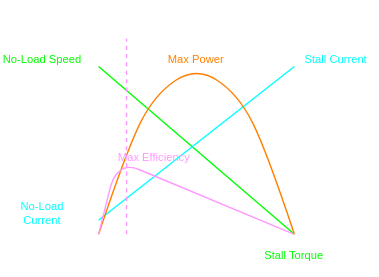
dennuguyen/robotics-handbook keeps this draw.io diagram as motors/performance-curve.drawio.svg. Above is the earlier version. Source tidied: cells renumbered, new cells last; positions are measured from the earlier drawing's top-left corner, leaving out a move shared by most shapes. Its diagram source:
```xml
<mxGraphModel>
  <root>
    <mxCell id="0" />
    <mxCell id="1" parent="0" />
    <mxCell id="2" style="endArrow=classic;html=1;strokeColor=#FFFFFF;" parent="1" edge="1">
      <mxGeometry relative="1" as="geometry">
        <mxPoint x="70" y="160" as="sourcePoint" />
        <mxPoint x="230" y="160" as="targetPoint" />
      </mxGeometry>
    </mxCell>
    <mxCell id="3" style="endArrow=classic;html=1;strokeColor=#FFFFFF;" parent="1" edge="1">
      <mxGeometry relative="1" as="geometry">
        <mxPoint x="70" y="160" as="sourcePoint" />
        <mxPoint x="70" as="targetPoint" />
      </mxGeometry>
    </mxCell>
    <mxCell id="4" style="endArrow=none;html=1;strokeColor=#00FF00;fontColor=#00FF00;" parent="1" edge="1">
      <mxGeometry relative="1" as="geometry">
        <mxPoint x="210" y="160" as="sourcePoint" />
        <mxPoint x="70" y="40" as="targetPoint" />
      </mxGeometry>
    </mxCell>
    <mxCell id="5" style="endArrow=none;html=1;strokeColor=#00FFFF;" parent="1" edge="1">
      <mxGeometry relative="1" as="geometry">
        <mxPoint x="210" y="40" as="sourcePoint" />
        <mxPoint x="70" y="150" as="targetPoint" />
      </mxGeometry>
    </mxCell>
    <mxCell id="6" style="endArrow=none;html=1;curved=1;strokeColor=#FF8000;" parent="1" edge="1">
      <mxGeometry relative="1" as="geometry">
        <mxPoint x="70" y="160" as="sourcePoint" />
        <mxPoint x="210" y="160" as="targetPoint" />
        <Array as="points">
          <mxPoint x="90" y="100" />
          <mxPoint x="110" y="60" />
          <mxPoint x="140" y="40" />
          <mxPoint x="170" y="60" />
          <mxPoint x="190" y="100" />
        </Array>
      </mxGeometry>
    </mxCell>
    <mxCell id="7" value="Max Power" style="text;html=1;strokeColor=none;fillColor=none;align=center;verticalAlign=middle;whiteSpace=wrap;rounded=0;fontSize=8;fontColor=#FF8000;" parent="1" vertex="1">
      <mxGeometry x="110" y="20" width="60" height="30" as="geometry" />
    </mxCell>
    <mxCell id="8" value="No-Load Speed" style="text;html=1;strokeColor=none;fillColor=none;align=center;verticalAlign=middle;whiteSpace=wrap;rounded=0;fontSize=8;fontColor=#00FF00;" parent="1" vertex="1">
      <mxGeometry y="20" width="60" height="30" as="geometry" />
    </mxCell>
    <mxCell id="9" value="No-Load Current" style="text;html=1;strokeColor=none;fillColor=none;align=center;verticalAlign=middle;whiteSpace=wrap;rounded=0;fontSize=8;fontColor=#00FFFF;" parent="1" vertex="1">
      <mxGeometry y="130" width="60" height="30" as="geometry" />
    </mxCell>
    <mxCell id="10" value="Stall Current" style="text;html=1;strokeColor=none;fillColor=none;align=center;verticalAlign=middle;whiteSpace=wrap;rounded=0;fontSize=8;fontColor=#00FFFF;" parent="1" vertex="1">
      <mxGeometry x="210" y="20" width="60" height="30" as="geometry" />
    </mxCell>
    <mxCell id="11" value="Stall Torque" style="text;html=1;strokeColor=none;fillColor=none;align=center;verticalAlign=middle;whiteSpace=wrap;rounded=0;fontSize=8;fontColor=#00FF00;" parent="1" vertex="1">
      <mxGeometry x="180" y="160" width="60" height="30" as="geometry" />
    </mxCell>
    <mxCell id="12" style="endArrow=none;html=1;fontColor=none;noLabel=1;strokeColor=#FF99FF;" parent="1" edge="1">
      <mxGeometry relative="1" as="geometry">
        <mxPoint x="210" y="160" as="sourcePoint" />
        <mxPoint x="70" y="160" as="targetPoint" />
        <Array as="points">
          <mxPoint x="90" y="110" />
          <mxPoint x="80" y="120" />
        </Array>
      </mxGeometry>
    </mxCell>
    <mxCell id="13" value="Max Efficiency" style="text;html=1;strokeColor=none;fillColor=none;align=center;verticalAlign=middle;whiteSpace=wrap;rounded=0;fontSize=8;fontColor=#FF99FF;" parent="1" vertex="1">
      <mxGeometry x="80" y="90" width="60" height="30" as="geometry" />
    </mxCell>
    <mxCell id="14" style="endArrow=none;dashed=1;html=1;fontSize=8;fontColor=#FF99FF;strokeColor=#FF99FF;curved=1;" parent="1" edge="1">
      <mxGeometry relative="1" as="geometry">
        <mxPoint x="90" y="160" as="sourcePoint" />
        <mxPoint x="90" y="20" as="targetPoint" />
      </mxGeometry>
    </mxCell>
  </root>
</mxGraphModel>
```
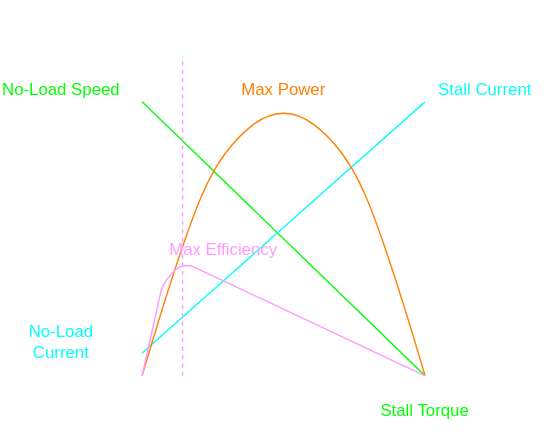
Later version of the same file.

Commit message:
Increase scale.

What changed in the source:
```diff
@@ -2,75 +2,78 @@
   <root>
     <mxCell id="0" />
     <mxCell id="1" parent="0" />
+    <mxCell id="15" style="group;fontSize=12;" parent="1" vertex="1">
+      <mxGeometry x="-120" width="390" height="310" as="geometry" />
+    </mxCell>
-    <mxCell id="2" style="endArrow=classic;html=1;strokeColor=#FFFFFF;" parent="1" edge="1">
+    <mxCell id="2" style="endArrow=classic;html=1;strokeColor=#FFFFFF;fontSize=12;" parent="15" edge="1">
       <mxGeometry relative="1" as="geometry">
-        <mxPoint x="70" y="160" as="sourcePoint" />
-        <mxPoint x="230" y="160" as="targetPoint" />
+        <mxPoint x="101.1" y="261.1" as="sourcePoint" />
+        <mxPoint x="332.2" y="261.1" as="targetPoint" />
       </mxGeometry>
     </mxCell>
-    <mxCell id="3" style="endArrow=classic;html=1;strokeColor=#FFFFFF;" parent="1" edge="1">
+    <mxCell id="3" style="endArrow=classic;html=1;strokeColor=#FFFFFF;fontSize=12;" parent="15" edge="1">
       <mxGeometry relative="1" as="geometry">
-        <mxPoint x="70" y="160" as="sourcePoint" />
-        <mxPoint x="70" as="targetPoint" />
+        <mxPoint x="101.1" y="261.1" as="sourcePoint" />
+        <mxPoint x="101.1" as="targetPoint" />
       </mxGeometry>
     </mxCell>
-    <mxCell id="4" style="endArrow=none;html=1;strokeColor=#00FF00;fontColor=#00FF00;" parent="1" edge="1">
+    <mxCell id="4" style="endArrow=none;html=1;strokeColor=#00FF00;fontColor=#00FF00;fontSize=12;" parent="15" edge="1">
       <mxGeometry relative="1" as="geometry">
-        <mxPoint x="210" y="160" as="sourcePoint" />
-        <mxPoint x="70" y="40" as="targetPoint" />
+        <mxPoint x="303.3" y="261.1" as="sourcePoint" />
+        <mxPoint x="101.1" y="65.3" as="targetPoint" />
       </mxGeometry>
     </mxCell>
-    <mxCell id="5" style="endArrow=none;html=1;strokeColor=#00FFFF;" parent="1" edge="1">
+    <mxCell id="5" style="endArrow=none;html=1;strokeColor=#00FFFF;fontSize=12;" parent="15" edge="1">
       <mxGeometry relative="1" as="geometry">
-        <mxPoint x="210" y="40" as="sourcePoint" />
-        <mxPoint x="70" y="150" as="targetPoint" />
+        <mxPoint x="303.3" y="65.3" as="sourcePoint" />
+        <mxPoint x="101.1" y="244.7" as="targetPoint" />
       </mxGeometry>
     </mxCell>
-    <mxCell id="6" style="endArrow=none;html=1;curved=1;strokeColor=#FF8000;" parent="1" edge="1">
+    <mxCell id="6" style="endArrow=none;html=1;curved=1;strokeColor=#FF8000;fontSize=12;" parent="15" edge="1">
       <mxGeometry relative="1" as="geometry">
-        <mxPoint x="70" y="160" as="sourcePoint" />
-        <mxPoint x="210" y="160" as="targetPoint" />
+        <mxPoint x="101.1" y="261.1" as="sourcePoint" />
+        <mxPoint x="303.3" y="261.1" as="targetPoint" />
         <Array as="points">
-          <mxPoint x="90" y="100" />
-          <mxPoint x="110" y="60" />
-          <mxPoint x="140" y="40" />
-          <mxPoint x="170" y="60" />
-          <mxPoint x="190" y="100" />
+          <mxPoint x="130" y="163.2" />
+          <mxPoint x="158.9" y="97.9" />
+          <mxPoint x="202.2" y="65.3" />
+          <mxPoint x="245.6" y="97.9" />
+          <mxPoint x="274.4" y="163.2" />
         </Array>
       </mxGeometry>
     </mxCell>
-    <mxCell id="7" value="Max Power" style="text;html=1;strokeColor=none;fillColor=none;align=center;verticalAlign=middle;whiteSpace=wrap;rounded=0;fontSize=8;fontColor=#FF8000;" parent="1" vertex="1">
-      <mxGeometry x="110" y="20" width="60" height="30" as="geometry" />
+    <mxCell id="7" value="Max Power" style="text;html=1;strokeColor=none;fillColor=none;align=center;verticalAlign=middle;whiteSpace=wrap;rounded=0;fontSize=12;fontColor=#FF8000;" parent="15" vertex="1">
+      <mxGeometry x="158.9" y="32.6" width="86.7" height="48.9" as="geometry" />
     </mxCell>
-    <mxCell id="8" value="No-Load Speed" style="text;html=1;strokeColor=none;fillColor=none;align=center;verticalAlign=middle;whiteSpace=wrap;rounded=0;fontSize=8;fontColor=#00FF00;" parent="1" vertex="1">
-      <mxGeometry y="20" width="60" height="30" as="geometry" />
+    <mxCell id="8" value="No-Load Speed" style="text;html=1;strokeColor=none;fillColor=none;align=center;verticalAlign=middle;whiteSpace=wrap;rounded=0;fontSize=12;fontColor=#00FF00;" parent="15" vertex="1">
+      <mxGeometry y="32.6" width="86.7" height="48.9" as="geometry" />
     </mxCell>
-    <mxCell id="9" value="No-Load Current" style="text;html=1;strokeColor=none;fillColor=none;align=center;verticalAlign=middle;whiteSpace=wrap;rounded=0;fontSize=8;fontColor=#00FFFF;" parent="1" vertex="1">
-      <mxGeometry y="130" width="60" height="30" as="geometry" />
+    <mxCell id="9" value="No-Load Current" style="text;html=1;strokeColor=none;fillColor=none;align=center;verticalAlign=middle;whiteSpace=wrap;rounded=0;fontSize=12;fontColor=#00FFFF;" parent="15" vertex="1">
+      <mxGeometry y="212.1" width="86.7" height="48.9" as="geometry" />
     </mxCell>
-    <mxCell id="10" value="Stall Current" style="text;html=1;strokeColor=none;fillColor=none;align=center;verticalAlign=middle;whiteSpace=wrap;rounded=0;fontSize=8;fontColor=#00FFFF;" parent="1" vertex="1">
-      <mxGeometry x="210" y="20" width="60" height="30" as="geometry" />
+    <mxCell id="10" value="Stall Current" style="text;html=1;strokeColor=none;fillColor=none;align=center;verticalAlign=middle;whiteSpace=wrap;rounded=0;fontSize=12;fontColor=#00FFFF;" parent="15" vertex="1">
+      <mxGeometry x="303.3" y="32.6" width="86.7" height="48.9" as="geometry" />
     </mxCell>
-    <mxCell id="11" value="Stall Torque" style="text;html=1;strokeColor=none;fillColor=none;align=center;verticalAlign=middle;whiteSpace=wrap;rounded=0;fontSize=8;fontColor=#00FF00;" parent="1" vertex="1">
-      <mxGeometry x="180" y="160" width="60" height="30" as="geometry" />
+    <mxCell id="11" value="Stall Torque" style="text;html=1;strokeColor=none;fillColor=none;align=center;verticalAlign=middle;whiteSpace=wrap;rounded=0;fontSize=12;fontColor=#00FF00;" parent="15" vertex="1">
+      <mxGeometry x="260" y="261.1" width="86.7" height="48.9" as="geometry" />
     </mxCell>
-    <mxCell id="12" style="endArrow=none;html=1;fontColor=none;noLabel=1;strokeColor=#FF99FF;" parent="1" edge="1">
+    <mxCell id="12" style="endArrow=none;html=1;fontColor=none;noLabel=1;strokeColor=#FF99FF;fontSize=12;" parent="15" edge="1">
       <mxGeometry relative="1" as="geometry">
-        <mxPoint x="210" y="160" as="sourcePoint" />
-        <mxPoint x="70" y="160" as="targetPoint" />
+        <mxPoint x="303.3" y="261.1" as="sourcePoint" />
+        <mxPoint x="101.1" y="261.1" as="targetPoint" />
         <Array as="points">
-          <mxPoint x="90" y="110" />
-          <mxPoint x="80" y="120" />
+          <mxPoint x="130" y="179.5" />
+          <mxPoint x="115.6" y="195.8" />
         </Array>
       </mxGeometry>
     </mxCell>
-    <mxCell id="13" value="Max Efficiency" style="text;html=1;strokeColor=none;fillColor=none;align=center;verticalAlign=middle;whiteSpace=wrap;rounded=0;fontSize=8;fontColor=#FF99FF;" parent="1" vertex="1">
-      <mxGeometry x="80" y="90" width="60" height="30" as="geometry" />
+    <mxCell id="13" value="Max Efficiency" style="text;html=1;strokeColor=none;fillColor=none;align=center;verticalAlign=middle;whiteSpace=wrap;rounded=0;fontSize=12;fontColor=#FF99FF;" parent="15" vertex="1">
+      <mxGeometry x="115.6" y="146.8" width="86.7" height="48.9" as="geometry" />
     </mxCell>
-    <mxCell id="14" style="endArrow=none;dashed=1;html=1;fontSize=8;fontColor=#FF99FF;strokeColor=#FF99FF;curved=1;" parent="1" edge="1">
+    <mxCell id="14" style="endArrow=none;dashed=1;html=1;fontSize=12;fontColor=#FF99FF;strokeColor=#FF99FF;curved=1;" parent="15" edge="1">
       <mxGeometry relative="1" as="geometry">
-        <mxPoint x="90" y="160" as="sourcePoint" />
-        <mxPoint x="90" y="20" as="targetPoint" />
+        <mxPoint x="130" y="261.1" as="sourcePoint" />
+        <mxPoint x="130" y="32.6" as="targetPoint" />
       </mxGeometry>
     </mxCell>
   </root>
```
